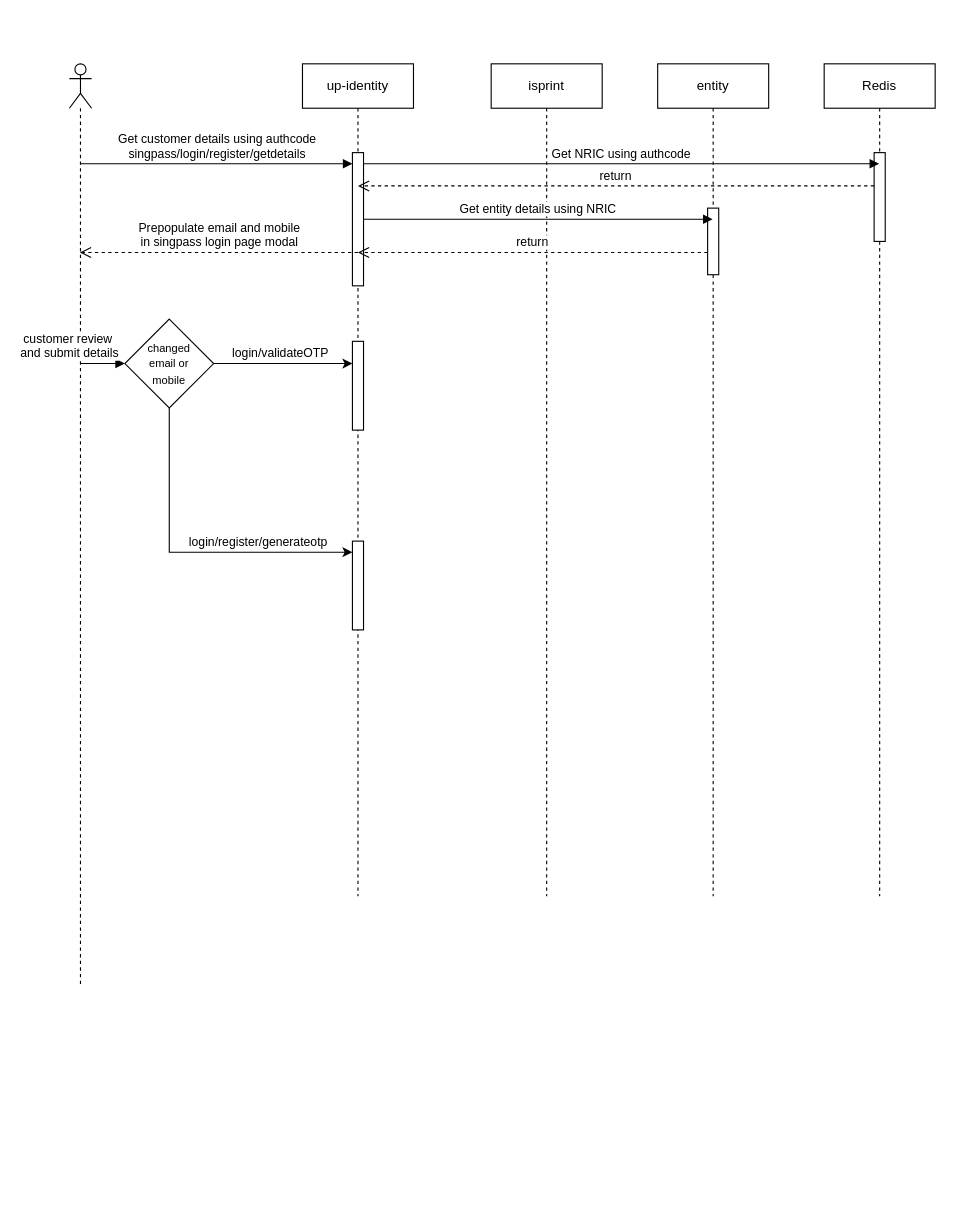
Before: page "Singpass seamless login flow" (2 of 2) of singpass-seamless-login.drawio in ajeeshraj56/drawio, a draw.io diagram. Source tidied: cells renumbered, new cells numbered last; positions are measured from the earlier drawing's top-left corner, leaving out a move shared by most shapes. Both pictures are drawn from the tidied source at 111%, with x=0, y=0 at pixel (69, 63).
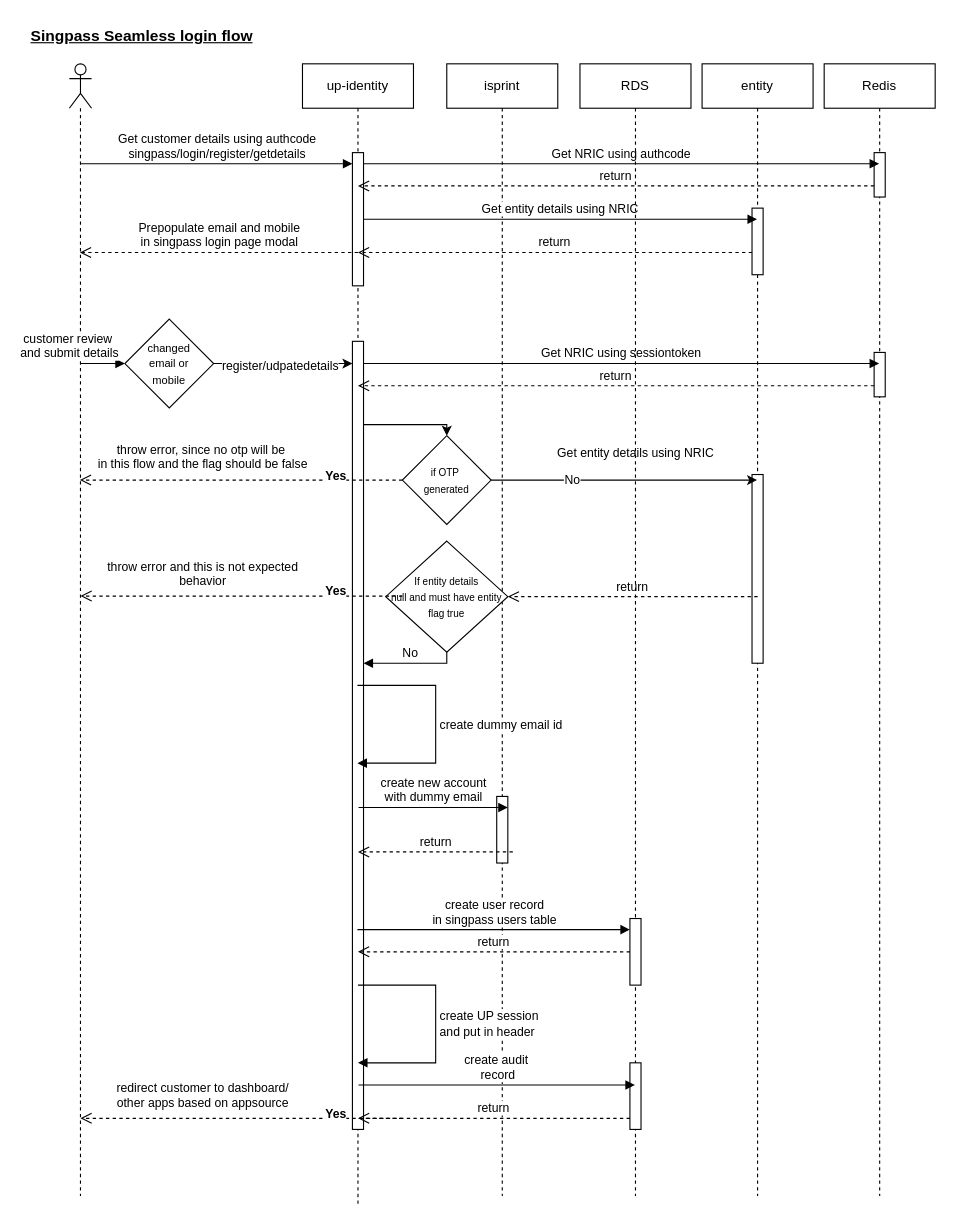
The same page after the edit.

The change refers to these unchanged cells:
```xml
<mxCell id="19" style="rounded=0;jettySize=auto;html=1;exitX=1;exitY=0.5;exitDx=0;exitDy=0;" parent="1" edge="1" source="23" target="4">
  <mxGeometry relative="1" as="geometry" />
</mxCell>
<mxCell id="23" value="&lt;font style=&quot;font-size: 10px;&quot;&gt;changed &lt;br&gt;email or &lt;br&gt;mobile&lt;/font&gt;" style="rhombus;whiteSpace=wrap;html=1;" parent="1" vertex="1">
  <mxGeometry x="50" y="230" width="80" height="80" as="geometry" />
</mxCell>
```

The edit, as a diff of the source:
```diff
@@
     <mxCell id="2" style="shape=umlLifeline;perimeter=lifelinePerimeter;whiteSpace=wrap;html=1;outlineConnect=0;portConstraint=eastwest;newEdgeStyle={&quot;curved&quot;:0,&quot;rounded&quot;:0};participant=umlActor;" parent="1" vertex="1">
-      <mxGeometry width="20" height="830" as="geometry" />
+      <mxGeometry width="20" height="1020" as="geometry" />
     </mxCell>
     <mxCell id="3" value="up-identity" style="shape=umlLifeline;perimeter=lifelinePerimeter;whiteSpace=wrap;html=1;outlineConnect=0;portConstraint=eastwest;newEdgeStyle={&quot;curved&quot;:0,&quot;rounded&quot;:0};" parent="1" vertex="1">
-      <mxGeometry x="210" width="100" height="750" as="geometry" />
+      <mxGeometry x="210" width="100" height="1030" as="geometry" />
     </mxCell>
     <mxCell id="4" style="html=1;points=[[0,0,0,0,5],[0,1,0,0,-5],[1,0,0,0,5],[1,1,0,0,-5]];perimeter=orthogonalPerimeter;outlineConnect=0;targetShapes=umlLifeline;portConstraint=eastwest;newEdgeStyle={&quot;curved&quot;:0,&quot;rounded&quot;:0};" parent="3" vertex="1">
-      <mxGeometry x="45" y="250" width="10" height="80" as="geometry" />
+      <mxGeometry x="45" y="250" width="10" height="710" as="geometry" />
     </mxCell>
@@
-    <mxCell id="6" style="html=1;points=[[0,0,0,0,5],[0,1,0,0,-5],[1,0,0,0,5],[1,1,0,0,-5]];perimeter=orthogonalPerimeter;outlineConnect=0;targetShapes=umlLifeline;portConstraint=eastwest;newEdgeStyle={&quot;curved&quot;:0,&quot;rounded&quot;:0};" parent="3" vertex="1">
-      <mxGeometry x="45" y="430" width="10" height="80" as="geometry" />
-    </mxCell>
     <mxCell id="7" value="isprint" style="shape=umlLifeline;perimeter=lifelinePerimeter;whiteSpace=wrap;html=1;newEdgeStyle={&quot;curved&quot;:0,&quot;rounded&quot;:0};" parent="1" vertex="1">
-      <mxGeometry x="380" width="100" height="750" as="geometry" />
+      <mxGeometry x="340" width="100" height="1020" as="geometry" />
     </mxCell>
+    <mxCell id="24" style="html=1;perimeter=orthogonalPerimeter;targetShapes=umlLifeline;newEdgeStyle={&quot;curved&quot;:0,&quot;rounded&quot;:0};" parent="7" vertex="1">
+      <mxGeometry x="45" y="660" width="10" height="60" as="geometry" />
+    </mxCell>
     <mxCell id="8" value="entity" style="shape=umlLifeline;perimeter=lifelinePerimeter;whiteSpace=wrap;html=1;outlineConnect=0;portConstraint=eastwest;newEdgeStyle={&quot;curved&quot;:0,&quot;rounded&quot;:0};" parent="1" vertex="1">
-      <mxGeometry x="530" width="100" height="750" as="geometry" />
+      <mxGeometry x="570" width="100" height="1020" as="geometry" />
     </mxCell>
@@
+    <mxCell id="25" style="html=1;points=[[0,0,0,0,5],[0,1,0,0,-5],[1,0,0,0,5],[1,1,0,0,-5]];perimeter=orthogonalPerimeter;outlineConnect=0;targetShapes=umlLifeline;portConstraint=eastwest;newEdgeStyle={&quot;curved&quot;:0,&quot;rounded&quot;:0};" parent="8" vertex="1">
+      <mxGeometry x="45" y="370" width="10" height="170" as="geometry" />
+    </mxCell>
     <mxCell id="10" value="Redis" style="shape=umlLifeline;perimeter=lifelinePerimeter;whiteSpace=wrap;html=1;newEdgeStyle={&quot;curved&quot;:0,&quot;rounded&quot;:0};" parent="1" vertex="1">
-      <mxGeometry x="680" width="100" height="750" as="geometry" />
+      <mxGeometry x="680" width="100" height="1020" as="geometry" />
     </mxCell>
     <mxCell id="11" style="html=1;perimeter=orthogonalPerimeter;targetShapes=umlLifeline;newEdgeStyle={&quot;curved&quot;:0,&quot;rounded&quot;:0};" parent="10" vertex="1">
-      <mxGeometry x="45" y="80" width="10" height="80" as="geometry" />
+      <mxGeometry x="45" y="80" width="10" height="40" as="geometry" />
     </mxCell>
@@
-    <mxCell id="20" value="login/validateOTP" style="edgeLabel;html=1;align=center;verticalAlign=middle;" parent="19" vertex="1">
-      <mxGeometry x="-0.06" y="-1" relative="1" as="geometry">
-        <mxPoint y="-11" as="offset" />
-      </mxGeometry>
+    <mxCell id="20" value="register/udpatedetails" style="edgeLabel;html=1;align=center;verticalAlign=middle;" parent="19" vertex="1">
+      <mxGeometry x="-0.06" y="-1" relative="1" as="geometry" />
     </mxCell>
-    <mxCell id="21" style="edgeStyle=orthogonalEdgeStyle;rounded=0;jettySize=auto;html=1;exitX=0.5;exitY=1;exitDx=0;exitDy=0;" parent="1" edge="1" source="23" target="6">
-      <mxGeometry relative="1" as="geometry">
-        <Array as="points">
-          <mxPoint x="90" y="440" />
-        </Array>
-      </mxGeometry>
-    </mxCell>
-    <mxCell id="22" value="login/register/generateotp" style="edgeLabel;html=1;align=center;verticalAlign=middle;" parent="21" vertex="1">
-      <mxGeometry x="0.42" y="-1" relative="1" as="geometry">
-        <mxPoint y="-11" as="offset" />
-      </mxGeometry>
-    </mxCell>
@@
+    <mxCell id="26" style="html=1;perimeter=orthogonalPerimeter;targetShapes=umlLifeline;newEdgeStyle={&quot;curved&quot;:0,&quot;rounded&quot;:0};" parent="1" vertex="1">
+      <mxGeometry x="725" y="260" width="10" height="40" as="geometry" />
+    </mxCell>
+    <mxCell id="27" value="Get NRIC using sessiontoken" style="html=1;verticalAlign=bottom;endArrow=block;curved=0;rounded=0;" parent="1" edge="1">
+      <mxGeometry relative="1" as="geometry">
+        <mxPoint x="265" y="270" as="sourcePoint" />
+        <mxPoint x="729.5" y="270" as="targetPoint" />
+      </mxGeometry>
+    </mxCell>
+    <mxCell id="28" value="return" style="html=1;verticalAlign=bottom;endArrow=open;dashed=1;endSize=8;curved=0;rounded=0;" parent="1" edge="1">
+      <mxGeometry relative="1" as="geometry">
+        <mxPoint x="725" y="290" as="sourcePoint" />
+        <mxPoint x="260" y="290" as="targetPoint" />
+      </mxGeometry>
+    </mxCell>
+    <mxCell id="29" style="edgeStyle=orthogonalEdgeStyle;rounded=0;jettySize=auto;html=1;exitX=1;exitY=0.5;exitDx=0;exitDy=0;" parent="1" edge="1" source="32" target="8">
+      <mxGeometry relative="1" as="geometry">
+        <Array as="points">
+          <mxPoint x="530" y="375" />
+          <mxPoint x="530" y="375" />
+        </Array>
+      </mxGeometry>
+    </mxCell>
+    <mxCell id="30" value="No" style="edgeLabel;html=1;align=center;verticalAlign=middle;" parent="29" vertex="1">
+      <mxGeometry x="-0.4" y="1" relative="1" as="geometry" />
+    </mxCell>
+    <mxCell id="31" value="Get entity details using NRIC" style="edgeLabel;html=1;align=center;verticalAlign=middle;" parent="29" vertex="1">
+      <mxGeometry x="0.08" y="-3" relative="1" as="geometry">
+        <mxPoint y="-28" as="offset" />
+      </mxGeometry>
+    </mxCell>
+    <mxCell id="32" value="&lt;font style=&quot;font-size: 9px;&quot;&gt;if OTP&amp;nbsp;&lt;br&gt;generated&lt;/font&gt;" style="rhombus;whiteSpace=wrap;html=1;" parent="1" vertex="1">
+      <mxGeometry x="300" y="335" width="80" height="80" as="geometry" />
+    </mxCell>
+    <mxCell id="33" style="endArrow=classic;html=1;rounded=0;entryX=0.5;entryY=0;entryDx=0;entryDy=0;edgeStyle=orthogonalEdgeStyle;" parent="1" edge="1" source="4" target="32">
+      <mxGeometry relative="1" as="geometry">
+        <Array as="points">
+          <mxPoint x="340" y="325" />
+        </Array>
+      </mxGeometry>
+    </mxCell>
+    <mxCell id="34" value="throw error, since no otp will be&amp;nbsp;&lt;br&gt;in this flow and the flag should be false" style="html=1;verticalAlign=bottom;endArrow=open;dashed=1;endSize=8;curved=0;rounded=0;exitX=0;exitY=0.5;exitDx=0;exitDy=0;" parent="1" edge="1" source="32" target="2">
+      <mxGeometry x="0.24" y="-5" relative="1" as="geometry" />
+    </mxCell>
+    <mxCell id="35" value="&lt;b&gt;Yes&lt;/b&gt;" style="edgeLabel;html=1;align=center;verticalAlign=middle;" parent="34" vertex="1">
+      <mxGeometry x="-0.72" y="1" relative="1" as="geometry">
+        <mxPoint x="-20" y="-6" as="offset" />
+      </mxGeometry>
+    </mxCell>
+    <mxCell id="36" value="&lt;font style=&quot;font-size: 9px;&quot;&gt;If entity details&lt;br&gt;null and must have entity flag true&lt;/font&gt;" style="rhombus;whiteSpace=wrap;html=1;" parent="1" vertex="1">
+      <mxGeometry x="285" y="430" width="110" height="100" as="geometry" />
+    </mxCell>
+    <mxCell id="37" value="return" style="html=1;verticalAlign=bottom;endArrow=open;dashed=1;endSize=8;curved=0;rounded=0;entryX=1;entryY=0.5;entryDx=0;entryDy=0;exitX=0.5;exitY=0.647;exitDx=0;exitDy=0;exitPerimeter=0;" parent="1" edge="1" source="25" target="36">
+      <mxGeometry relative="1" as="geometry" />
+    </mxCell>
+    <mxCell id="38" value="throw error and this is not expected&lt;br&gt;behavior" style="html=1;verticalAlign=bottom;endArrow=open;dashed=1;endSize=8;curved=0;rounded=0;exitX=0;exitY=0.5;exitDx=0;exitDy=0;" parent="1" edge="1">
+      <mxGeometry x="0.24" y="-5" relative="1" as="geometry">
+        <mxPoint x="300" y="479.5" as="sourcePoint" />
+        <mxPoint x="10" y="479.5" as="targetPoint" />
+      </mxGeometry>
+    </mxCell>
+    <mxCell id="39" value="&lt;b&gt;Yes&lt;/b&gt;" style="edgeLabel;html=1;align=center;verticalAlign=middle;" parent="38" vertex="1">
+      <mxGeometry x="-0.72" y="1" relative="1" as="geometry">
+        <mxPoint x="-20" y="-6" as="offset" />
+      </mxGeometry>
+    </mxCell>
+    <mxCell id="40" value="No" style="html=1;verticalAlign=bottom;endArrow=block;rounded=0;exitX=0.5;exitY=1;exitDx=0;exitDy=0;edgeStyle=orthogonalEdgeStyle;" parent="1" edge="1" source="36" target="4">
+      <mxGeometry relative="1" as="geometry">
+        <Array as="points">
+          <mxPoint x="340" y="540" />
+        </Array>
+      </mxGeometry>
+    </mxCell>
+    <mxCell id="41" value="create dummy email id" style="html=1;align=left;spacingLeft=2;endArrow=block;rounded=0;edgeStyle=orthogonalEdgeStyle;curved=0;rounded=0;" parent="1" edge="1" source="3" target="3">
+      <mxGeometry relative="1" as="geometry">
+        <Array as="points">
+          <mxPoint x="330" y="560" />
+          <mxPoint x="330" y="630" />
+        </Array>
+      </mxGeometry>
+    </mxCell>
+    <mxCell id="42" value="create new account&lt;br&gt;with dummy email" style="html=1;verticalAlign=bottom;endArrow=block;curved=0;rounded=0;" parent="1" edge="1">
+      <mxGeometry relative="1" as="geometry">
+        <mxPoint x="260.5" y="670" as="sourcePoint" />
+        <mxPoint x="395" y="670" as="targetPoint" />
+      </mxGeometry>
+    </mxCell>
+    <mxCell id="43" value="return" style="html=1;verticalAlign=bottom;endArrow=open;dashed=1;endSize=8;curved=0;rounded=0;" parent="1" edge="1">
+      <mxGeometry relative="1" as="geometry">
+        <mxPoint x="399.5" y="710" as="sourcePoint" />
+        <mxPoint x="260" y="710" as="targetPoint" />
+      </mxGeometry>
+    </mxCell>
+    <mxCell id="44" value="RDS" style="shape=umlLifeline;perimeter=lifelinePerimeter;whiteSpace=wrap;html=1;outlineConnect=0;portConstraint=eastwest;newEdgeStyle={&quot;curved&quot;:0,&quot;rounded&quot;:0};" parent="1" vertex="1">
+      <mxGeometry x="460" width="100" height="1020" as="geometry" />
+    </mxCell>
+    <mxCell id="45" style="html=1;points=[[0,0,0,0,5],[0,1,0,0,-5],[1,0,0,0,5],[1,1,0,0,-5]];perimeter=orthogonalPerimeter;outlineConnect=0;targetShapes=umlLifeline;portConstraint=eastwest;newEdgeStyle={&quot;curved&quot;:0,&quot;rounded&quot;:0};" parent="44" vertex="1">
+      <mxGeometry x="45" y="770" width="10" height="60" as="geometry" />
+    </mxCell>
+    <mxCell id="46" style="html=1;perimeter=orthogonalPerimeter;targetShapes=umlLifeline;newEdgeStyle={&quot;curved&quot;:0,&quot;rounded&quot;:0};" parent="44" vertex="1">
+      <mxGeometry x="45" y="900" width="10" height="60" as="geometry" />
+    </mxCell>
+    <mxCell id="47" value="create user record&lt;br&gt;in singpass users table" style="html=1;verticalAlign=bottom;endArrow=block;curved=0;rounded=0;" parent="1" edge="1">
+      <mxGeometry relative="1" as="geometry">
+        <mxPoint x="259.5" y="780" as="sourcePoint" />
+        <mxPoint x="505" y="780" as="targetPoint" />
+      </mxGeometry>
+    </mxCell>
+    <mxCell id="48" value="return" style="html=1;verticalAlign=bottom;endArrow=open;dashed=1;endSize=8;curved=0;rounded=0;" parent="1" edge="1" source="45">
+      <mxGeometry relative="1" as="geometry">
+        <mxPoint x="260" y="800" as="targetPoint" />
+      </mxGeometry>
+    </mxCell>
+    <mxCell id="49" value="create UP session&amp;nbsp;&lt;br&gt;and put in header" style="html=1;align=left;spacingLeft=2;endArrow=block;rounded=0;edgeStyle=orthogonalEdgeStyle;curved=0;rounded=0;" parent="1" edge="1">
+      <mxGeometry relative="1" as="geometry">
+        <mxPoint x="260" y="830" as="sourcePoint" />
+        <mxPoint x="260" y="900" as="targetPoint" />
+        <Array as="points">
+          <mxPoint x="330" y="830" />
+          <mxPoint x="330" y="900" />
+        </Array>
+      </mxGeometry>
+    </mxCell>
+    <mxCell id="50" value="create audit&amp;nbsp;&lt;br&gt;record" style="html=1;verticalAlign=bottom;endArrow=block;curved=0;rounded=0;" parent="1" edge="1" target="44">
+      <mxGeometry relative="1" as="geometry">
+        <mxPoint x="260.5" y="920" as="sourcePoint" />
+      </mxGeometry>
+    </mxCell>
+    <mxCell id="51" value="return" style="html=1;verticalAlign=bottom;endArrow=open;dashed=1;endSize=8;curved=0;rounded=0;" parent="1" edge="1">
+      <mxGeometry relative="1" as="geometry">
+        <mxPoint x="505" y="950" as="sourcePoint" />
+        <mxPoint x="260" y="950" as="targetPoint" />
+      </mxGeometry>
+    </mxCell>
+    <mxCell id="52" value="redirect customer to dashboard/&lt;br&gt;other apps based on appsource" style="html=1;verticalAlign=bottom;endArrow=open;dashed=1;endSize=8;curved=0;rounded=0;exitX=0;exitY=0.5;exitDx=0;exitDy=0;" parent="1" edge="1">
+      <mxGeometry x="0.24" y="-5" relative="1" as="geometry">
+        <mxPoint x="300" y="950" as="sourcePoint" />
+        <mxPoint x="10" y="950" as="targetPoint" />
+      </mxGeometry>
+    </mxCell>
+    <mxCell id="53" value="&lt;b&gt;Yes&lt;/b&gt;" style="edgeLabel;html=1;align=center;verticalAlign=middle;" parent="52" vertex="1">
+      <mxGeometry x="-0.72" y="1" relative="1" as="geometry">
+        <mxPoint x="-20" y="-6" as="offset" />
+      </mxGeometry>
+    </mxCell>
+    <mxCell id="54" value="&lt;font style=&quot;font-size: 14px;&quot;&gt;&lt;b&gt;&lt;u&gt;Singpass Seamless login flow&lt;/u&gt;&lt;/b&gt;&lt;/font&gt;" style="text;html=1;align=center;verticalAlign=middle;strokeColor=none;fillColor=none;" parent="1" vertex="1">
+      <mxGeometry x="-45" y="-40" width="220" height="30" as="geometry" />
+    </mxCell>
```
